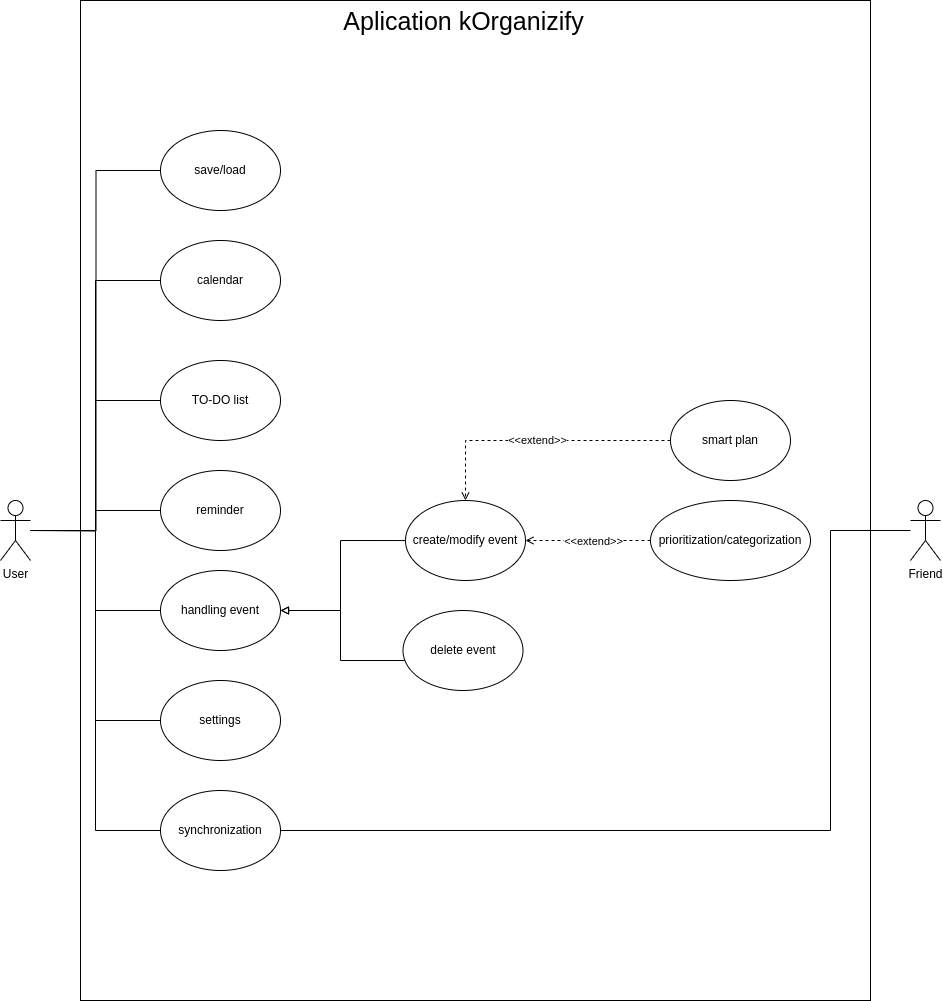
Before: documentation/useCaseDiagram.png, a diagram exported from draw.io (jelisavetagavrilovic/kOrganizify). Source tidied: cells renumbered, new cells last; positions are measured from the earlier drawing's top-left corner, leaving out a move shared by most shapes.
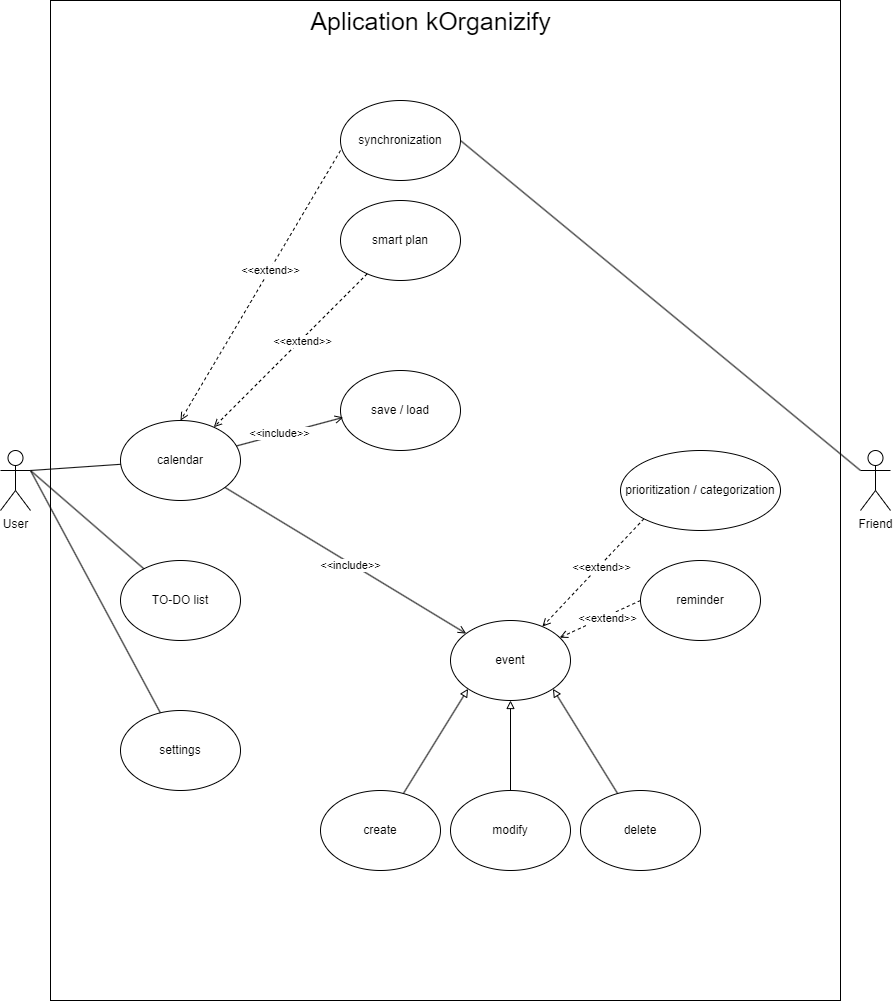
Above is the later version.

Diff of the diagram source:
```diff
@@ -2,114 +2,118 @@
   <root>
     <mxCell id="0" />
     <mxCell id="1" parent="0" />
-    <mxCell id="2" style="whiteSpace=wrap;html=1;gradientColor=none;fillColor=none;verticalAlign=middle;" parent="1" vertex="1">
-      <mxGeometry x="80" width="790" height="1000" as="geometry" />
+    <mxCell id="2" style="whiteSpace=wrap;html=1;fillColor=none;verticalAlign=middle;labelBackgroundColor=none;" parent="1" vertex="1">
+      <mxGeometry x="40" y="-160" width="790" height="1000" as="geometry" />
     </mxCell>
-    <mxCell id="3" style="edgeStyle=orthogonalEdgeStyle;rounded=0;jettySize=auto;html=1;entryX=0;entryY=0.5;entryDx=0;entryDy=0;endArrow=none;endFill=0;" parent="1" edge="1" source="10" target="20">
-      <mxGeometry relative="1" as="geometry" />
-    </mxCell>
-    <mxCell id="4" style="edgeStyle=orthogonalEdgeStyle;rounded=0;jettySize=auto;html=1;entryX=0;entryY=0.5;entryDx=0;entryDy=0;endArrow=none;endFill=0;" parent="1" edge="1" source="10" target="14">
-      <mxGeometry relative="1" as="geometry" />
-    </mxCell>
-    <mxCell id="5" style="edgeStyle=orthogonalEdgeStyle;rounded=0;jettySize=auto;html=1;entryX=0;entryY=0.5;entryDx=0;entryDy=0;endArrow=none;endFill=0;" parent="1" edge="1" source="10" target="15">
-      <mxGeometry relative="1" as="geometry" />
-    </mxCell>
-    <mxCell id="6" style="edgeStyle=orthogonalEdgeStyle;rounded=0;jettySize=auto;html=1;entryX=0;entryY=0.5;entryDx=0;entryDy=0;endArrow=none;endFill=0;" parent="1" edge="1" source="10" target="16">
-      <mxGeometry relative="1" as="geometry" />
-    </mxCell>
-    <mxCell id="7" style="edgeStyle=orthogonalEdgeStyle;rounded=0;jettySize=auto;html=1;entryX=0;entryY=0.5;entryDx=0;entryDy=0;endArrow=none;endFill=0;" parent="1" edge="1" source="10" target="11">
-      <mxGeometry relative="1" as="geometry" />
-    </mxCell>
-    <mxCell id="8" style="edgeStyle=orthogonalEdgeStyle;rounded=0;jettySize=auto;html=1;entryX=0;entryY=0.5;entryDx=0;entryDy=0;endArrow=none;endFill=0;" parent="1" edge="1" source="10" target="13">
-      <mxGeometry relative="1" as="geometry" />
-    </mxCell>
-    <mxCell id="9" style="edgeStyle=orthogonalEdgeStyle;rounded=0;jettySize=auto;html=1;entryX=0;entryY=0.5;entryDx=0;entryDy=0;endArrow=none;endFill=0;" parent="1" edge="1" target="12">
-      <mxGeometry relative="1" as="geometry">
-        <mxPoint x="30" y="530" as="sourcePoint" />
-      </mxGeometry>
-    </mxCell>
-    <mxCell id="10" value="User" style="shape=umlActor;verticalLabelPosition=bottom;verticalAlign=top;html=1;outlineConnect=0;" parent="1" vertex="1">
-      <mxGeometry y="500" width="30" height="60" as="geometry" />
+    <mxCell id="10" value="User" style="shape=umlActor;verticalLabelPosition=bottom;verticalAlign=top;html=1;outlineConnect=0;labelBackgroundColor=none;" parent="1" vertex="1">
+      <mxGeometry x="-10" y="290" width="30" height="60" as="geometry" />
     </mxCell>
-    <mxCell id="11" value="TO-DO list" style="ellipse;whiteSpace=wrap;html=1;" parent="1" vertex="1">
-      <mxGeometry x="160" y="360" width="120" height="80" as="geometry" />
+    <mxCell id="11" value="TO-DO list" style="ellipse;whiteSpace=wrap;html=1;labelBackgroundColor=none;" parent="1" vertex="1">
+      <mxGeometry x="110" y="400" width="120" height="80" as="geometry" />
     </mxCell>
-    <mxCell id="12" value="save/load" style="ellipse;whiteSpace=wrap;html=1;" parent="1" vertex="1">
-      <mxGeometry x="160" y="130" width="120" height="80" as="geometry" />
+    <mxCell id="12" value="save / load" style="ellipse;whiteSpace=wrap;html=1;labelBackgroundColor=none;" parent="1" vertex="1">
+      <mxGeometry x="330" y="210" width="120" height="80" as="geometry" />
     </mxCell>
-    <mxCell id="13" value="settings" style="ellipse;whiteSpace=wrap;html=1;" parent="1" vertex="1">
-      <mxGeometry x="160" y="680" width="120" height="80" as="geometry" />
+    <mxCell id="13" value="settings" style="ellipse;whiteSpace=wrap;html=1;labelBackgroundColor=none;" parent="1" vertex="1">
+      <mxGeometry x="110" y="550" width="120" height="80" as="geometry" />
     </mxCell>
-    <mxCell id="14" value="calendar" style="ellipse;whiteSpace=wrap;html=1;" parent="1" vertex="1">
-      <mxGeometry x="160" y="240" width="120" height="80" as="geometry" />
+    <mxCell id="14" value="calendar" style="ellipse;whiteSpace=wrap;html=1;labelBackgroundColor=none;" parent="1" vertex="1">
+      <mxGeometry x="110" y="260" width="120" height="80" as="geometry" />
     </mxCell>
-    <mxCell id="15" value="handling event" style="ellipse;whiteSpace=wrap;html=1;" parent="1" vertex="1">
-      <mxGeometry x="160" y="570" width="120" height="80" as="geometry" />
+    <mxCell id="15" value="event" style="ellipse;whiteSpace=wrap;html=1;labelBackgroundColor=none;" parent="1" vertex="1">
+      <mxGeometry x="440" y="460" width="120" height="80" as="geometry" />
     </mxCell>
-    <mxCell id="16" value="reminder" style="ellipse;whiteSpace=wrap;html=1;" parent="1" vertex="1">
-      <mxGeometry x="160" y="470" width="120" height="80" as="geometry" />
+    <mxCell id="16" value="reminder" style="ellipse;whiteSpace=wrap;html=1;labelBackgroundColor=none;" parent="1" vertex="1">
+      <mxGeometry x="630" y="400" width="120" height="80" as="geometry" />
     </mxCell>
-    <mxCell id="17" style="edgeStyle=orthogonalEdgeStyle;rounded=0;jettySize=auto;html=1;entryX=1;entryY=0.5;entryDx=0;entryDy=0;exitX=0;exitY=0.5;exitDx=0;exitDy=0;dashed=1;endArrow=open;endFill=0;" parent="1" edge="1" source="19" target="24">
-      <mxGeometry relative="1" as="geometry">
-        <Array as="points">
-          <mxPoint x="650" y="540" />
-        </Array>
-      </mxGeometry>
-    </mxCell>
-    <mxCell id="18" value="&amp;lt;&amp;lt;extend&amp;gt;&amp;gt;" style="edgeLabel;html=1;align=center;verticalAlign=middle;" parent="17" vertex="1">
-      <mxGeometry x="0.01" relative="1" as="geometry">
-        <mxPoint x="5" as="offset" />
-      </mxGeometry>
-    </mxCell>
-    <mxCell id="19" value="prioritization/categorization" style="ellipse;whiteSpace=wrap;html=1;" parent="1" vertex="1">
-      <mxGeometry x="650" y="500" width="160" height="80" as="geometry" />
+    <mxCell id="19" value="prioritization / categorization" style="ellipse;whiteSpace=wrap;html=1;labelBackgroundColor=none;" parent="1" vertex="1">
+      <mxGeometry x="610" y="290" width="160" height="80" as="geometry" />
     </mxCell>
-    <mxCell id="20" value="synchronization" style="ellipse;whiteSpace=wrap;html=1;" parent="1" vertex="1">
-      <mxGeometry x="160" y="790" width="120" height="80" as="geometry" />
+    <mxCell id="20" value="synchronization" style="ellipse;whiteSpace=wrap;html=1;labelBackgroundColor=none;" parent="1" vertex="1">
+      <mxGeometry x="330" y="-60" width="120" height="80" as="geometry" />
     </mxCell>
-    <mxCell id="21" style="edgeStyle=orthogonalEdgeStyle;rounded=0;jettySize=auto;html=1;endArrow=block;endFill=0;" parent="1" edge="1" source="22" target="15">
-      <mxGeometry relative="1" as="geometry">
-        <Array as="points">
-          <mxPoint x="340" y="660" />
-          <mxPoint x="340" y="610" />
-        </Array>
-      </mxGeometry>
-    </mxCell>
-    <mxCell id="22" value="delete event" style="ellipse;whiteSpace=wrap;html=1;" parent="1" vertex="1">
-      <mxGeometry x="402.5" y="610" width="120" height="80" as="geometry" />
+    <mxCell id="22" value="delete" style="ellipse;whiteSpace=wrap;html=1;labelBackgroundColor=none;" parent="1" vertex="1">
+      <mxGeometry x="570" y="630" width="120" height="80" as="geometry" />
     </mxCell>
-    <mxCell id="23" style="edgeStyle=orthogonalEdgeStyle;rounded=0;orthogonalLoop=1;jettySize=auto;html=1;endArrow=block;endFill=0;" parent="1" edge="1">
-      <mxGeometry relative="1" as="geometry">
-        <mxPoint x="416.9" y="540" as="sourcePoint" />
-        <mxPoint x="280" y="610" as="targetPoint" />
-        <Array as="points">
-          <mxPoint x="340" y="540" />
-          <mxPoint x="340" y="610" />
-        </Array>
-      </mxGeometry>
-    </mxCell>
-    <mxCell id="24" value="create/modify event" style="ellipse;whiteSpace=wrap;html=1;" parent="1" vertex="1">
-      <mxGeometry x="405" y="500" width="120" height="80" as="geometry" />
+    <mxCell id="24" value="modify" style="ellipse;whiteSpace=wrap;html=1;labelBackgroundColor=none;" parent="1" vertex="1">
+      <mxGeometry x="440" y="630" width="120" height="80" as="geometry" />
     </mxCell>
-    <mxCell id="25" style="edgeStyle=orthogonalEdgeStyle;rounded=0;jettySize=auto;html=1;entryX=1;entryY=0.5;entryDx=0;entryDy=0;endArrow=none;endFill=0;" parent="1" edge="1" source="26" target="20">
-      <mxGeometry relative="1" as="geometry">
-        <Array as="points">
-          <mxPoint x="830" y="530" />
-          <mxPoint x="830" y="830" />
-        </Array>
-      </mxGeometry>
-    </mxCell>
-    <mxCell id="26" value="Friend" style="shape=umlActor;verticalLabelPosition=bottom;verticalAlign=top;html=1;outlineConnect=0;" parent="1" vertex="1">
-      <mxGeometry x="910" y="500" width="30" height="60" as="geometry" />
+    <mxCell id="26" value="Friend" style="shape=umlActor;verticalLabelPosition=bottom;verticalAlign=top;html=1;outlineConnect=0;labelBackgroundColor=none;" parent="1" vertex="1">
+      <mxGeometry x="850" y="290" width="30" height="60" as="geometry" />
     </mxCell>
-    <mxCell id="27" value="Aplication kOrganizify" style="text;html=1;align=center;verticalAlign=middle;strokeColor=none;fillColor=none;fontSize=25;" parent="1" vertex="1">
-      <mxGeometry x="332.5" width="260" height="40" as="geometry" />
+    <mxCell id="27" value="Aplication kOrganizify" style="text;html=1;align=center;verticalAlign=middle;strokeColor=none;fillColor=none;fontSize=25;labelBackgroundColor=none;" parent="1" vertex="1">
+      <mxGeometry x="290" y="-160" width="260" height="40" as="geometry" />
     </mxCell>
-    <mxCell id="28" value="&amp;lt;&amp;lt;extend&amp;gt;&amp;gt;" style="edgeStyle=orthogonalEdgeStyle;rounded=0;jettySize=auto;html=1;entryX=0.5;entryY=0;entryDx=0;entryDy=0;endArrow=open;endFill=0;dashed=1;" parent="1" edge="1" source="29" target="24">
-      <mxGeometry relative="1" as="geometry" />
-    </mxCell>
-    <mxCell id="29" value="smart plan" style="ellipse;whiteSpace=wrap;html=1;" parent="1" vertex="1">
-      <mxGeometry x="670" y="400" width="120" height="80" as="geometry" />
+    <mxCell id="29" value="smart plan" style="ellipse;whiteSpace=wrap;html=1;labelBackgroundColor=none;" parent="1" vertex="1">
+      <mxGeometry x="330" y="40" width="120" height="80" as="geometry" />
     </mxCell>
+    <mxCell id="30" value="create" style="ellipse;whiteSpace=wrap;html=1;" parent="1" vertex="1">
+      <mxGeometry x="310" y="630" width="120" height="80" as="geometry" />
+    </mxCell>
+    <mxCell id="31" style="endArrow=none;html=1;rounded=0;" parent="1" edge="1" target="14">
+      <mxGeometry relative="1" as="geometry">
+        <mxPoint x="20" y="310" as="sourcePoint" />
+      </mxGeometry>
+    </mxCell>
+    <mxCell id="32" style="endArrow=none;html=1;rounded=0;" parent="1" edge="1" target="11">
+      <mxGeometry relative="1" as="geometry">
+        <mxPoint x="20" y="310" as="sourcePoint" />
+      </mxGeometry>
+    </mxCell>
+    <mxCell id="33" style="endArrow=none;html=1;rounded=0;entryX=1;entryY=0.3333333333333333;entryDx=0;entryDy=0;entryPerimeter=0;" parent="1" edge="1" source="13" target="10">
+      <mxGeometry relative="1" as="geometry" />
+    </mxCell>
+    <mxCell id="34" style="endArrow=open;html=1;rounded=0;endFill=0;dashed=1;" parent="1" edge="1" source="29" target="14">
+      <mxGeometry relative="1" as="geometry" />
+    </mxCell>
+    <mxCell id="35" value="&amp;lt;&amp;lt;extend&amp;gt;&amp;gt;" style="edgeLabel;html=1;align=center;verticalAlign=middle;" parent="34" vertex="1">
+      <mxGeometry x="-0.14" y="2" relative="1" as="geometry" />
+    </mxCell>
+    <mxCell id="36" style="endArrow=open;html=1;strokeWidth=1;rounded=0;endFill=0;entryX=0.023;entryY=0.586;entryDx=0;entryDy=0;entryPerimeter=0;" parent="1" edge="1" source="14" target="12">
+      <mxGeometry relative="1" as="geometry" />
+    </mxCell>
+    <mxCell id="37" value="&amp;lt;&amp;lt;include&amp;gt;&amp;gt;" style="edgeLabel;html=1;align=center;verticalAlign=middle;" parent="36" vertex="1">
+      <mxGeometry x="-0.2" y="2" relative="1" as="geometry" />
+    </mxCell>
+    <mxCell id="38" style="endArrow=open;dashed=1;html=1;strokeWidth=1;rounded=0;endFill=0;entryX=0.5;entryY=0;entryDx=0;entryDy=0;" parent="1" edge="1" target="14">
+      <mxGeometry relative="1" as="geometry">
+        <mxPoint x="330" y="-10" as="sourcePoint" />
+      </mxGeometry>
+    </mxCell>
+    <mxCell id="39" value="&amp;lt;&amp;lt;extend&amp;gt;&amp;gt;" style="edgeLabel;html=1;align=center;verticalAlign=middle;" parent="38" vertex="1">
+      <mxGeometry x="-0.11" relative="1" as="geometry" />
+    </mxCell>
+    <mxCell id="40" style="endArrow=open;html=1;rounded=0;endFill=0;" parent="1" edge="1" source="14" target="15">
+      <mxGeometry relative="1" as="geometry" />
+    </mxCell>
+    <mxCell id="41" value="&amp;lt;&amp;lt;include&amp;gt;&amp;gt;" style="edgeLabel;html=1;align=center;verticalAlign=middle;" parent="40" vertex="1">
+      <mxGeometry x="0.05" y="-1" relative="1" as="geometry" />
+    </mxCell>
+    <mxCell id="42" style="endArrow=open;html=1;rounded=0;endFill=0;dashed=1;exitX=0;exitY=1;exitDx=0;exitDy=0;" parent="1" edge="1" source="19" target="15">
+      <mxGeometry relative="1" as="geometry" />
+    </mxCell>
+    <mxCell id="43" value="&amp;lt;&amp;lt;extend&amp;gt;&amp;gt;" style="edgeLabel;html=1;align=center;verticalAlign=middle;" parent="42" vertex="1">
+      <mxGeometry x="-0.14" y="2" relative="1" as="geometry" />
+    </mxCell>
+    <mxCell id="44" style="endArrow=open;html=1;rounded=0;endFill=0;dashed=1;exitX=0;exitY=0.5;exitDx=0;exitDy=0;" parent="1" edge="1" source="16" target="15">
+      <mxGeometry relative="1" as="geometry" />
+    </mxCell>
+    <mxCell id="45" value="&amp;lt;&amp;lt;extend&amp;gt;&amp;gt;" style="edgeLabel;html=1;align=center;verticalAlign=middle;" parent="44" vertex="1">
+      <mxGeometry x="-0.14" y="2" relative="1" as="geometry" />
+    </mxCell>
+    <mxCell id="46" style="endArrow=block;html=1;rounded=0;endFill=0;entryX=0;entryY=1;entryDx=0;entryDy=0;" parent="1" edge="1" source="30" target="15">
+      <mxGeometry relative="1" as="geometry" />
+    </mxCell>
+    <mxCell id="47" style="endArrow=block;html=1;rounded=0;endFill=0;entryX=0.5;entryY=1;entryDx=0;entryDy=0;" parent="1" edge="1" source="24" target="15">
+      <mxGeometry relative="1" as="geometry" />
+    </mxCell>
+    <mxCell id="21" style="endArrow=block;html=1;rounded=0;endFill=0;entryX=1;entryY=1;entryDx=0;entryDy=0;" parent="1" edge="1" source="22" target="15">
+      <mxGeometry relative="1" as="geometry" />
+    </mxCell>
+    <mxCell id="48" style="endArrow=none;html=1;rounded=0;exitX=1;exitY=0.5;exitDx=0;exitDy=0;" parent="1" edge="1" source="20">
+      <mxGeometry relative="1" as="geometry">
+        <mxPoint x="850" y="310" as="targetPoint" />
+      </mxGeometry>
+    </mxCell>
   </root>
 </mxGraphModel>
```
